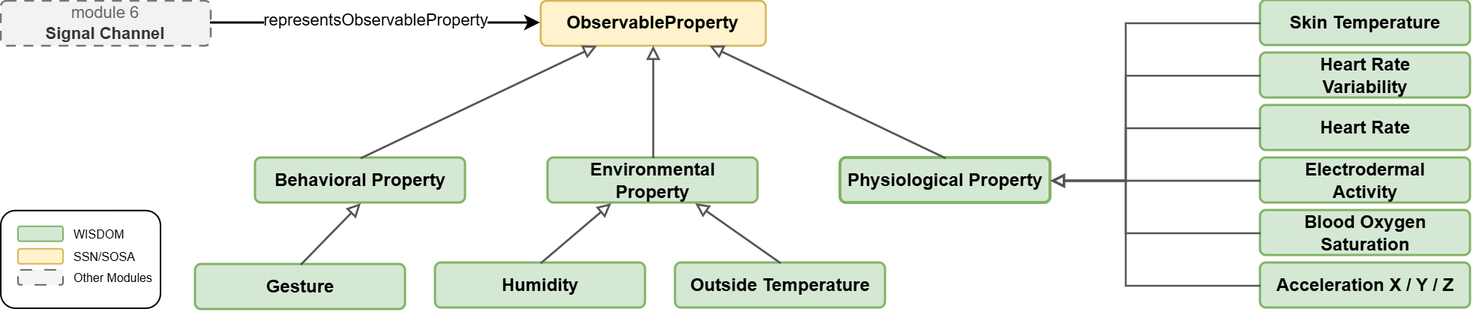
BurbachS/WISDOM keeps this draw.io diagram as OntologyDiagramms/Module3_observable_properties.png. Above is the earlier version. Source tidied: cells renumbered, new cells last; positions are measured from the earlier drawing's top-left corner, leaving out a move shared by most shapes. The source it was exported from:
```xml
<mxGraphModel>
  <root>
    <mxCell id="0" />
    <mxCell id="1" parent="0" />
    <mxCell id="2" value="&lt;b&gt;ObservableProperty&lt;/b&gt;" style="shape=rectangle;rounded=1;absoluteArcSize=1;arcSize=8;whiteSpace=wrap;html=1;align=center;verticalAlign=middle;fillColor=#fff2cc;strokeColor=#d6b656;strokeWidth=1.3;fontSize=12;spacing=5;" parent="1" vertex="1">
      <mxGeometry x="360" width="150" height="30" as="geometry" />
    </mxCell>
    <mxCell id="3" value="&lt;b&gt;Behavioral Property&lt;/b&gt;" style="shape=rectangle;rounded=1;absoluteArcSize=1;arcSize=8;whiteSpace=wrap;html=1;align=center;verticalAlign=middle;fillColor=#d5e8d4;strokeColor=#82b366;strokeWidth=1.5;fontSize=12;spacing=5;" parent="1" vertex="1">
      <mxGeometry x="170" y="105" width="140" height="30" as="geometry" />
    </mxCell>
    <mxCell id="4" value="&lt;b&gt;Environmental Property&lt;/b&gt;" style="shape=rectangle;rounded=1;absoluteArcSize=1;arcSize=8;whiteSpace=wrap;html=1;align=center;verticalAlign=middle;fillColor=#d5e8d4;strokeColor=#82b366;strokeWidth=1.5;fontSize=12;spacing=5;" parent="1" vertex="1">
      <mxGeometry x="365" y="105" width="140" height="30" as="geometry" />
    </mxCell>
    <mxCell id="5" value="&lt;span&gt;Physiological Property&lt;/span&gt;" style="shape=rectangle;rounded=1;absoluteArcSize=1;arcSize=8;whiteSpace=wrap;html=1;align=center;verticalAlign=middle;fillColor=#d5e8d4;strokeColor=#82b366;strokeWidth=2;fontSize=12;fontStyle=1;spacing=5;" parent="1" vertex="1">
      <mxGeometry x="560" y="105" width="140" height="30" as="geometry" />
    </mxCell>
    <mxCell id="6" value="&lt;b&gt;Gesture&lt;/b&gt;" style="shape=rectangle;rounded=1;absoluteArcSize=1;arcSize=8;whiteSpace=wrap;html=1;align=center;verticalAlign=middle;fillColor=#d5e8d4;strokeColor=#82b366;strokeWidth=1.5;fontSize=12;spacing=5;" parent="1" vertex="1">
      <mxGeometry x="130" y="176" width="140" height="30" as="geometry" />
    </mxCell>
    <mxCell id="7" value="&lt;b&gt;Humidity&lt;/b&gt;" style="shape=rectangle;rounded=1;absoluteArcSize=1;arcSize=8;whiteSpace=wrap;html=1;align=center;verticalAlign=middle;fillColor=#d5e8d4;strokeColor=#82b366;strokeWidth=1.5;fontSize=12;spacing=5;" parent="1" vertex="1">
      <mxGeometry x="290" y="175" width="140" height="30" as="geometry" />
    </mxCell>
    <mxCell id="8" value="&lt;b&gt;Outside Temperature&lt;/b&gt;" style="shape=rectangle;rounded=1;absoluteArcSize=1;arcSize=8;whiteSpace=wrap;html=1;align=center;verticalAlign=middle;fillColor=#d5e8d4;strokeColor=#82b366;strokeWidth=1.5;fontSize=12;spacing=5;" parent="1" vertex="1">
      <mxGeometry x="450" y="175" width="140" height="30" as="geometry" />
    </mxCell>
    <mxCell id="9" value="&lt;b&gt;Acceleration X / Y / Z&lt;/b&gt;" style="shape=rectangle;rounded=1;absoluteArcSize=1;arcSize=8;whiteSpace=wrap;html=1;align=center;verticalAlign=middle;fillColor=#d5e8d4;strokeColor=#82b366;strokeWidth=1.5;fontSize=12;spacing=5;" parent="1" vertex="1">
      <mxGeometry x="840" y="175" width="140" height="30" as="geometry" />
    </mxCell>
    <mxCell id="10" value="&lt;b&gt;Blood Oxygen&lt;br&gt;Saturation&lt;/b&gt;" style="shape=rectangle;rounded=1;absoluteArcSize=1;arcSize=8;whiteSpace=wrap;html=1;align=center;verticalAlign=middle;fillColor=#d5e8d4;strokeColor=#82b366;strokeWidth=1.5;fontSize=12;spacing=5;" parent="1" vertex="1">
      <mxGeometry x="840" y="140" width="140" height="30" as="geometry" />
    </mxCell>
    <mxCell id="11" value="&lt;b&gt;Electrodermal&lt;br&gt;Activity&lt;/b&gt;" style="shape=rectangle;rounded=1;absoluteArcSize=1;arcSize=8;whiteSpace=wrap;html=1;align=center;verticalAlign=middle;fillColor=#d5e8d4;strokeColor=#82b366;strokeWidth=1.5;fontSize=12;spacing=5;" parent="1" vertex="1">
      <mxGeometry x="840" y="105" width="140" height="30" as="geometry" />
    </mxCell>
    <mxCell id="12" value="&lt;b&gt;Heart Rate&lt;/b&gt;" style="shape=rectangle;rounded=1;absoluteArcSize=1;arcSize=8;whiteSpace=wrap;html=1;align=center;verticalAlign=middle;fillColor=#d5e8d4;strokeColor=#82b366;strokeWidth=1.5;fontSize=12;spacing=5;" parent="1" vertex="1">
      <mxGeometry x="840" y="70" width="140" height="30" as="geometry" />
    </mxCell>
    <mxCell id="13" value="&lt;b&gt;Heart Rate&lt;br&gt;Variability&lt;/b&gt;" style="shape=rectangle;rounded=1;absoluteArcSize=1;arcSize=8;whiteSpace=wrap;html=1;align=center;verticalAlign=middle;fillColor=#d5e8d4;strokeColor=#82b366;strokeWidth=1.5;fontSize=12;spacing=5;" parent="1" vertex="1">
      <mxGeometry x="840" y="35" width="140" height="30" as="geometry" />
    </mxCell>
    <mxCell id="14" value="&lt;b&gt;Skin Temperature&lt;/b&gt;" style="shape=rectangle;rounded=1;absoluteArcSize=1;arcSize=8;whiteSpace=wrap;html=1;align=center;verticalAlign=middle;fillColor=#d5e8d4;strokeColor=#82b366;strokeWidth=1.5;fontSize=12;spacing=5;" parent="1" vertex="1">
      <mxGeometry x="840" width="140" height="30" as="geometry" />
    </mxCell>
    <mxCell id="15" value="&lt;font color=&quot;#666666&quot;&gt;module 6&lt;/font&gt;&lt;br/&gt;&lt;b&gt;Signal Channel&lt;/b&gt;" style="shape=rectangle;rounded=1;absoluteArcSize=1;arcSize=8;whiteSpace=wrap;html=1;align=center;verticalAlign=middle;fillColor=#F2F2F2;strokeColor=#777777;strokeWidth=1.3;dashed=1;dashPattern=5 4;fontColor=#333333;fontSize=11;spacing=5;" parent="1" vertex="1">
      <mxGeometry width="140" height="30" as="geometry" />
    </mxCell>
    <mxCell id="16" style="edgeStyle=none;rounded=0;html=1;strokeColor=#555555;strokeWidth=1.35;endArrow=block;endFill=0;fontSize=9;fontColor=#444444;labelBackgroundColor=#FFFFFF;exitX=0.5;exitY=0;entryX=0.25;entryY=1;exitPerimeter=1;entryDx=0;entryDy=0;" parent="1" edge="1" source="3" target="2">
      <mxGeometry relative="1" as="geometry" />
    </mxCell>
    <mxCell id="17" style="edgeStyle=none;rounded=0;html=1;strokeColor=#555555;strokeWidth=1.35;endArrow=block;endFill=0;fontSize=9;fontColor=#444444;labelBackgroundColor=#FFFFFF;exitX=0.5;exitY=0;entryX=0.5;entryY=1;exitPerimeter=1;entryDx=0;entryDy=0;" parent="1" edge="1" source="4" target="2">
      <mxGeometry relative="1" as="geometry" />
    </mxCell>
    <mxCell id="18" style="edgeStyle=none;rounded=0;html=1;strokeColor=#555555;strokeWidth=1.35;endArrow=block;endFill=0;fontSize=9;fontColor=#444444;labelBackgroundColor=#FFFFFF;exitX=0.5;exitY=0;entryX=0.75;entryY=1;exitPerimeter=1;entryDx=0;entryDy=0;" parent="1" edge="1" source="5" target="2">
      <mxGeometry relative="1" as="geometry" />
    </mxCell>
    <mxCell id="19" style="edgeStyle=none;rounded=0;html=1;strokeColor=#555555;strokeWidth=1.35;endArrow=block;endFill=0;fontSize=9;fontColor=#444444;labelBackgroundColor=#FFFFFF;exitX=0.5;exitY=0;entryX=0.5;entryY=1;entryPerimeter=1;exitDx=0;exitDy=0;" parent="1" edge="1" source="6" target="3">
      <mxGeometry relative="1" as="geometry" />
    </mxCell>
    <mxCell id="20" style="edgeStyle=none;rounded=0;html=1;strokeColor=#555555;strokeWidth=1.35;endArrow=block;endFill=0;fontSize=9;fontColor=#444444;labelBackgroundColor=#FFFFFF;exitX=0.5;exitY=0;entryX=0.3;entryY=1;exitPerimeter=1;entryPerimeter=1;" parent="1" edge="1" source="7" target="4">
      <mxGeometry relative="1" as="geometry" />
    </mxCell>
    <mxCell id="21" style="edgeStyle=none;rounded=0;html=1;strokeColor=#555555;strokeWidth=1.35;endArrow=block;endFill=0;fontSize=9;fontColor=#444444;labelBackgroundColor=#FFFFFF;exitX=0.5;exitY=0;entryX=0.7;entryY=1;exitPerimeter=1;entryPerimeter=1;" parent="1" edge="1" source="8" target="4">
      <mxGeometry relative="1" as="geometry" />
    </mxCell>
    <mxCell id="22" style="edgeStyle=none;rounded=0;html=1;strokeColor=#555555;strokeWidth=1.35;endArrow=block;endFill=0;fontSize=9;fontColor=#444444;labelBackgroundColor=#FFFFFF;exitX=0;exitY=0.5;entryX=1;entryY=0.5;exitDx=0;exitDy=0;entryDx=0;entryDy=0;" parent="1" edge="1" source="9" target="5">
      <mxGeometry relative="1" as="geometry">
        <Array as="points">
          <mxPoint x="750" y="190" />
          <mxPoint x="750" y="120" />
        </Array>
      </mxGeometry>
    </mxCell>
    <mxCell id="23" style="edgeStyle=none;rounded=0;html=1;strokeColor=#555555;strokeWidth=1.35;endArrow=block;endFill=0;fontSize=9;fontColor=#444444;labelBackgroundColor=#FFFFFF;exitX=0;exitY=0.5;entryX=1;entryY=0.5;exitDx=0;exitDy=0;entryDx=0;entryDy=0;" parent="1" edge="1" source="10" target="5">
      <mxGeometry relative="1" as="geometry">
        <Array as="points">
          <mxPoint x="750" y="155" />
          <mxPoint x="750" y="120" />
        </Array>
      </mxGeometry>
    </mxCell>
    <mxCell id="24" style="edgeStyle=none;rounded=0;html=1;strokeColor=#555555;strokeWidth=1.35;endArrow=block;endFill=0;fontSize=9;fontColor=#444444;labelBackgroundColor=#FFFFFF;exitX=0;exitY=0.5;entryX=1;entryY=0.5;exitDx=0;exitDy=0;entryDx=0;entryDy=0;" parent="1" edge="1" source="12" target="5">
      <mxGeometry relative="1" as="geometry">
        <Array as="points">
          <mxPoint x="750" y="85" />
          <mxPoint x="750" y="120" />
        </Array>
      </mxGeometry>
    </mxCell>
    <mxCell id="25" style="edgeStyle=none;rounded=0;html=1;strokeColor=#555555;strokeWidth=1.35;endArrow=block;endFill=0;fontSize=9;fontColor=#444444;labelBackgroundColor=#FFFFFF;exitX=0;exitY=0.5;entryX=1;entryY=0.5;exitDx=0;exitDy=0;entryDx=0;entryDy=0;" parent="1" edge="1" source="13" target="5">
      <mxGeometry relative="1" as="geometry">
        <Array as="points">
          <mxPoint x="750" y="50" />
          <mxPoint x="750" y="120" />
        </Array>
      </mxGeometry>
    </mxCell>
    <mxCell id="26" style="edgeStyle=none;rounded=0;html=1;strokeColor=#555555;strokeWidth=1.35;endArrow=block;endFill=0;fontSize=9;fontColor=#444444;labelBackgroundColor=#FFFFFF;exitX=0;exitY=0.5;entryX=1;entryY=0.5;exitDx=0;exitDy=0;entryDx=0;entryDy=0;" parent="1" edge="1" source="14" target="5">
      <mxGeometry relative="1" as="geometry">
        <Array as="points">
          <mxPoint x="750" y="15" />
          <mxPoint x="750" y="120" />
        </Array>
      </mxGeometry>
    </mxCell>
    <mxCell id="27" value="&lt;span style=&quot;color: rgb(0, 0, 0);&quot;&gt;&lt;font style=&quot;font-size: 11px;&quot;&gt;representsObservableProperty&lt;/font&gt;&lt;/span&gt;" style="rounded=0;html=1;strokeColor=#000000;strokeWidth=1.5;endArrow=classic;endFill=1;fontSize=9;fontColor=#0B4F7A;labelBackgroundColor=#FFFFFF;entryX=0;entryY=0.5;exitX=1;exitY=0.5;exitDx=0;exitDy=0;entryDx=0;entryDy=0;" parent="1" edge="1" source="15" target="2">
      <mxGeometry y="2" relative="1" as="geometry" />
    </mxCell>
    <mxCell id="28" style="rounded=1;whiteSpace=wrap;html=1;fillColor=none;" parent="1" vertex="1">
      <mxGeometry y="139.9" width="106.5" height="65.1" as="geometry" />
    </mxCell>
    <mxCell id="29" style="rounded=1;whiteSpace=wrap;html=1;fillColor=#d5e8d4;strokeColor=#82b366;" parent="1" vertex="1">
      <mxGeometry x="11.5" y="150.4" width="30" height="10" as="geometry" />
    </mxCell>
    <mxCell id="30" style="rounded=1;whiteSpace=wrap;html=1;fillColor=#fff2cc;strokeColor=#d6b656;" parent="1" vertex="1">
      <mxGeometry x="11.5" y="165.4" width="30" height="10" as="geometry" />
    </mxCell>
    <mxCell id="31" value="&lt;font style=&quot;font-size: 8px;&quot;&gt;WISDOM&lt;/font&gt;" style="text;html=1;whiteSpace=wrap;strokeColor=none;fillColor=none;align=left;verticalAlign=middle;rounded=0;" parent="1" vertex="1">
      <mxGeometry x="46.5" y="150.4" width="60" height="10" as="geometry" />
    </mxCell>
    <mxCell id="32" value="&lt;font style=&quot;font-size: 8px;&quot;&gt;SSN/SOSA&lt;/font&gt;" style="text;html=1;whiteSpace=wrap;strokeColor=none;fillColor=none;align=left;verticalAlign=middle;rounded=0;" parent="1" vertex="1">
      <mxGeometry x="46.5" y="164.9" width="60" height="10" as="geometry" />
    </mxCell>
    <mxCell id="33" style="rounded=1;whiteSpace=wrap;html=1;fillColor=#f5f5f5;strokeColor=#666666;dashed=1;dashPattern=8 8;fontColor=#333333;" parent="1" vertex="1">
      <mxGeometry x="11.5" y="179.4" width="30" height="10" as="geometry" />
    </mxCell>
    <mxCell id="34" value="&lt;font style=&quot;font-size: 8px;&quot;&gt;Other Modules&lt;/font&gt;" style="text;html=1;whiteSpace=wrap;strokeColor=none;fillColor=none;align=left;verticalAlign=middle;rounded=0;" parent="1" vertex="1">
      <mxGeometry x="46.5" y="179.4" width="60" height="10" as="geometry" />
    </mxCell>
    <mxCell id="35" style="edgeStyle=none;rounded=0;html=1;strokeColor=#555555;strokeWidth=1.35;endArrow=block;endFill=0;fontSize=9;fontColor=#444444;labelBackgroundColor=#FFFFFF;exitX=0;exitY=0.5;entryX=1;entryY=0.5;exitDx=0;exitDy=0;entryDx=0;entryDy=0;" parent="1" edge="1" source="11" target="5">
      <mxGeometry relative="1" as="geometry" />
    </mxCell>
  </root>
</mxGraphModel>
```
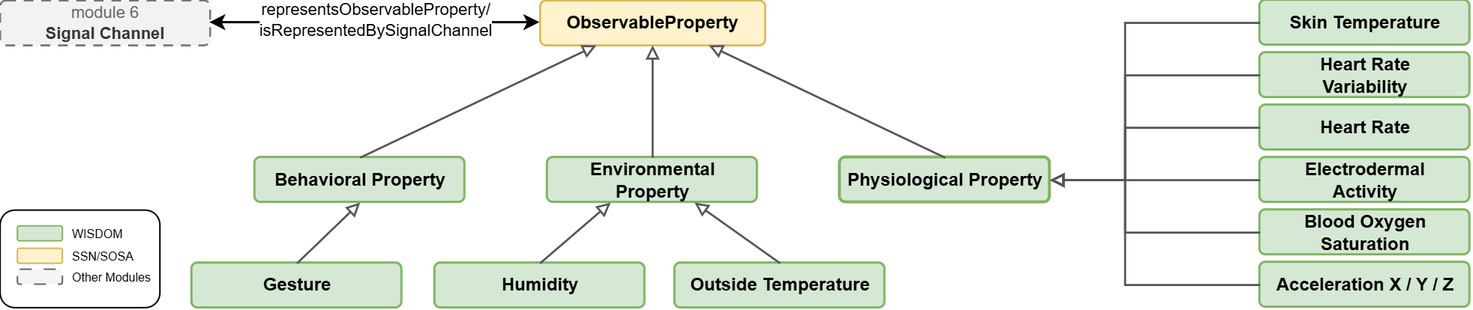
After the change.

What changed in the source:
```diff
@@ -15,13 +15,13 @@
       <mxGeometry x="560" y="105" width="140" height="30" as="geometry" />
     </mxCell>
     <mxCell id="6" value="&lt;b&gt;Gesture&lt;/b&gt;" style="shape=rectangle;rounded=1;absoluteArcSize=1;arcSize=8;whiteSpace=wrap;html=1;align=center;verticalAlign=middle;fillColor=#d5e8d4;strokeColor=#82b366;strokeWidth=1.5;fontSize=12;spacing=5;" parent="1" vertex="1">
-      <mxGeometry x="130" y="176" width="140" height="30" as="geometry" />
+      <mxGeometry x="128" y="175.5" width="140" height="30" as="geometry" />
     </mxCell>
     <mxCell id="7" value="&lt;b&gt;Humidity&lt;/b&gt;" style="shape=rectangle;rounded=1;absoluteArcSize=1;arcSize=8;whiteSpace=wrap;html=1;align=center;verticalAlign=middle;fillColor=#d5e8d4;strokeColor=#82b366;strokeWidth=1.5;fontSize=12;spacing=5;" parent="1" vertex="1">
-      <mxGeometry x="290" y="175" width="140" height="30" as="geometry" />
+      <mxGeometry x="290" y="175.5" width="140" height="30" as="geometry" />
     </mxCell>
     <mxCell id="8" value="&lt;b&gt;Outside Temperature&lt;/b&gt;" style="shape=rectangle;rounded=1;absoluteArcSize=1;arcSize=8;whiteSpace=wrap;html=1;align=center;verticalAlign=middle;fillColor=#d5e8d4;strokeColor=#82b366;strokeWidth=1.5;fontSize=12;spacing=5;" parent="1" vertex="1">
-      <mxGeometry x="450" y="175" width="140" height="30" as="geometry" />
+      <mxGeometry x="450" y="175.5" width="140" height="30" as="geometry" />
     </mxCell>
     <mxCell id="9" value="&lt;b&gt;Acceleration X / Y / Z&lt;/b&gt;" style="shape=rectangle;rounded=1;absoluteArcSize=1;arcSize=8;whiteSpace=wrap;html=1;align=center;verticalAlign=middle;fillColor=#d5e8d4;strokeColor=#82b366;strokeWidth=1.5;fontSize=12;spacing=5;" parent="1" vertex="1">
       <mxGeometry x="840" y="175" width="140" height="30" as="geometry" />
@@ -102,29 +102,29 @@
         </Array>
       </mxGeometry>
     </mxCell>
-    <mxCell id="27" value="&lt;span style=&quot;color: rgb(0, 0, 0);&quot;&gt;&lt;font style=&quot;font-size: 11px;&quot;&gt;representsObservableProperty&lt;/font&gt;&lt;/span&gt;" style="rounded=0;html=1;strokeColor=#000000;strokeWidth=1.5;endArrow=classic;endFill=1;fontSize=9;fontColor=#0B4F7A;labelBackgroundColor=#FFFFFF;entryX=0;entryY=0.5;exitX=1;exitY=0.5;exitDx=0;exitDy=0;entryDx=0;entryDy=0;" parent="1" edge="1" source="15" target="2">
+    <mxCell id="27" value="&lt;span style=&quot;color: rgb(0, 0, 0);&quot;&gt;&lt;font style=&quot;font-size: 11px;&quot;&gt;representsObservableProperty/&lt;/font&gt;&lt;/span&gt;&lt;div&gt;&lt;span style=&quot;color: rgb(0, 0, 0);&quot;&gt;&lt;font style=&quot;&quot;&gt;&lt;font color=&quot;#000000&quot;&gt;&lt;span style=&quot;font-size: 11px;&quot;&gt;isRepresentedBySignalChannel&lt;/span&gt;&lt;/font&gt;&lt;/font&gt;&lt;/span&gt;&lt;/div&gt;" style="rounded=0;html=1;strokeColor=#000000;strokeWidth=1.5;endArrow=classic;endFill=1;fontSize=9;fontColor=#0B4F7A;labelBackgroundColor=#FFFFFF;entryX=0;entryY=0.5;exitX=1;exitY=0.5;exitDx=0;exitDy=0;entryDx=0;entryDy=0;startArrow=classic;startFill=1;" parent="1" edge="1" source="15" target="2">
       <mxGeometry y="2" relative="1" as="geometry" />
     </mxCell>
     <mxCell id="28" style="rounded=1;whiteSpace=wrap;html=1;fillColor=none;" parent="1" vertex="1">
-      <mxGeometry y="139.9" width="106.5" height="65.1" as="geometry" />
+      <mxGeometry y="140" width="106.5" height="65.1" as="geometry" />
     </mxCell>
     <mxCell id="29" style="rounded=1;whiteSpace=wrap;html=1;fillColor=#d5e8d4;strokeColor=#82b366;" parent="1" vertex="1">
-      <mxGeometry x="11.5" y="150.4" width="30" height="10" as="geometry" />
+      <mxGeometry x="11.5" y="150.5" width="30" height="10" as="geometry" />
     </mxCell>
     <mxCell id="30" style="rounded=1;whiteSpace=wrap;html=1;fillColor=#fff2cc;strokeColor=#d6b656;" parent="1" vertex="1">
-      <mxGeometry x="11.5" y="165.4" width="30" height="10" as="geometry" />
+      <mxGeometry x="11.5" y="165.5" width="30" height="10" as="geometry" />
     </mxCell>
     <mxCell id="31" value="&lt;font style=&quot;font-size: 8px;&quot;&gt;WISDOM&lt;/font&gt;" style="text;html=1;whiteSpace=wrap;strokeColor=none;fillColor=none;align=left;verticalAlign=middle;rounded=0;" parent="1" vertex="1">
-      <mxGeometry x="46.5" y="150.4" width="60" height="10" as="geometry" />
+      <mxGeometry x="46.5" y="150.5" width="60" height="10" as="geometry" />
     </mxCell>
     <mxCell id="32" value="&lt;font style=&quot;font-size: 8px;&quot;&gt;SSN/SOSA&lt;/font&gt;" style="text;html=1;whiteSpace=wrap;strokeColor=none;fillColor=none;align=left;verticalAlign=middle;rounded=0;" parent="1" vertex="1">
-      <mxGeometry x="46.5" y="164.9" width="60" height="10" as="geometry" />
+      <mxGeometry x="46.5" y="165" width="60" height="10" as="geometry" />
     </mxCell>
     <mxCell id="33" style="rounded=1;whiteSpace=wrap;html=1;fillColor=#f5f5f5;strokeColor=#666666;dashed=1;dashPattern=8 8;fontColor=#333333;" parent="1" vertex="1">
-      <mxGeometry x="11.5" y="179.4" width="30" height="10" as="geometry" />
+      <mxGeometry x="11.5" y="179.5" width="30" height="10" as="geometry" />
     </mxCell>
     <mxCell id="34" value="&lt;font style=&quot;font-size: 8px;&quot;&gt;Other Modules&lt;/font&gt;" style="text;html=1;whiteSpace=wrap;strokeColor=none;fillColor=none;align=left;verticalAlign=middle;rounded=0;" parent="1" vertex="1">
-      <mxGeometry x="46.5" y="179.4" width="60" height="10" as="geometry" />
+      <mxGeometry x="46.5" y="179.5" width="60" height="10" as="geometry" />
     </mxCell>
     <mxCell id="35" style="edgeStyle=none;rounded=0;html=1;strokeColor=#555555;strokeWidth=1.35;endArrow=block;endFill=0;fontSize=9;fontColor=#444444;labelBackgroundColor=#FFFFFF;exitX=0;exitY=0.5;entryX=1;entryY=0.5;exitDx=0;exitDy=0;entryDx=0;entryDy=0;" parent="1" edge="1" source="11" target="5">
       <mxGeometry relative="1" as="geometry" />
```
